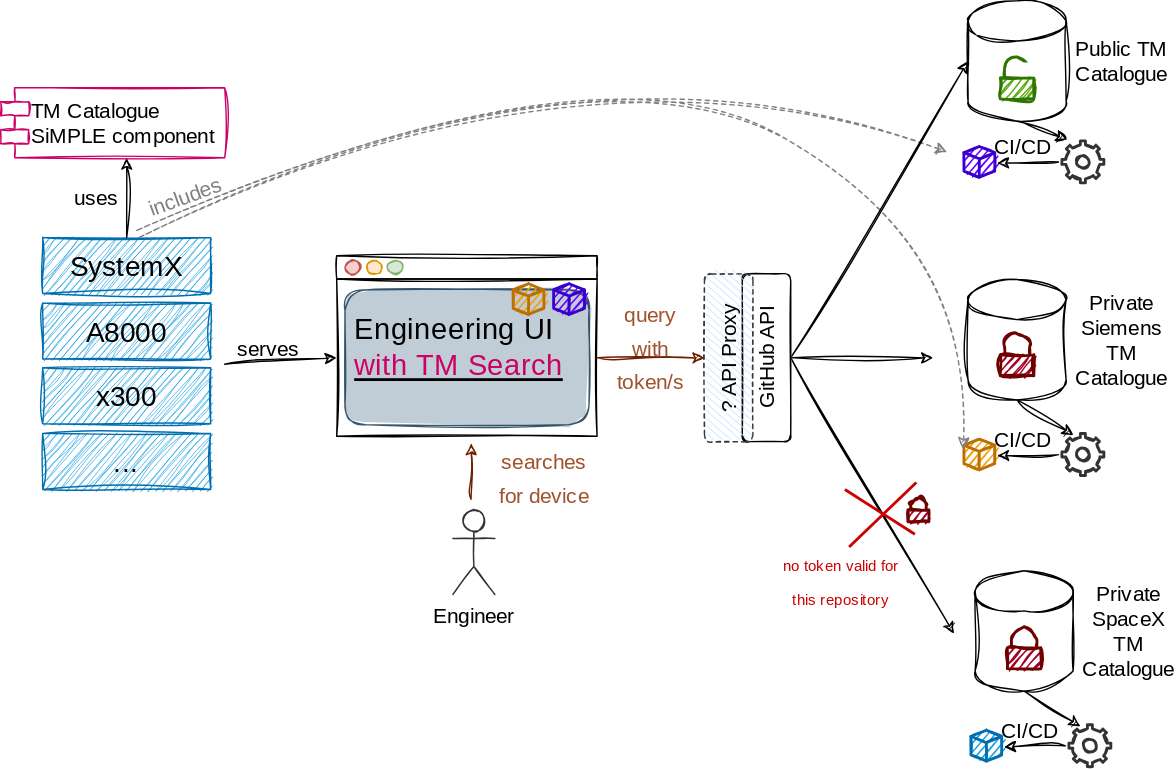
Earlier version of the draw.io export overview.drawio.svg (ondrejtomcik/things-catalogue). Source tidied: cells renumbered, new cells last; positions are measured from the earlier drawing's top-left corner, leaving out a move shared by most shapes.
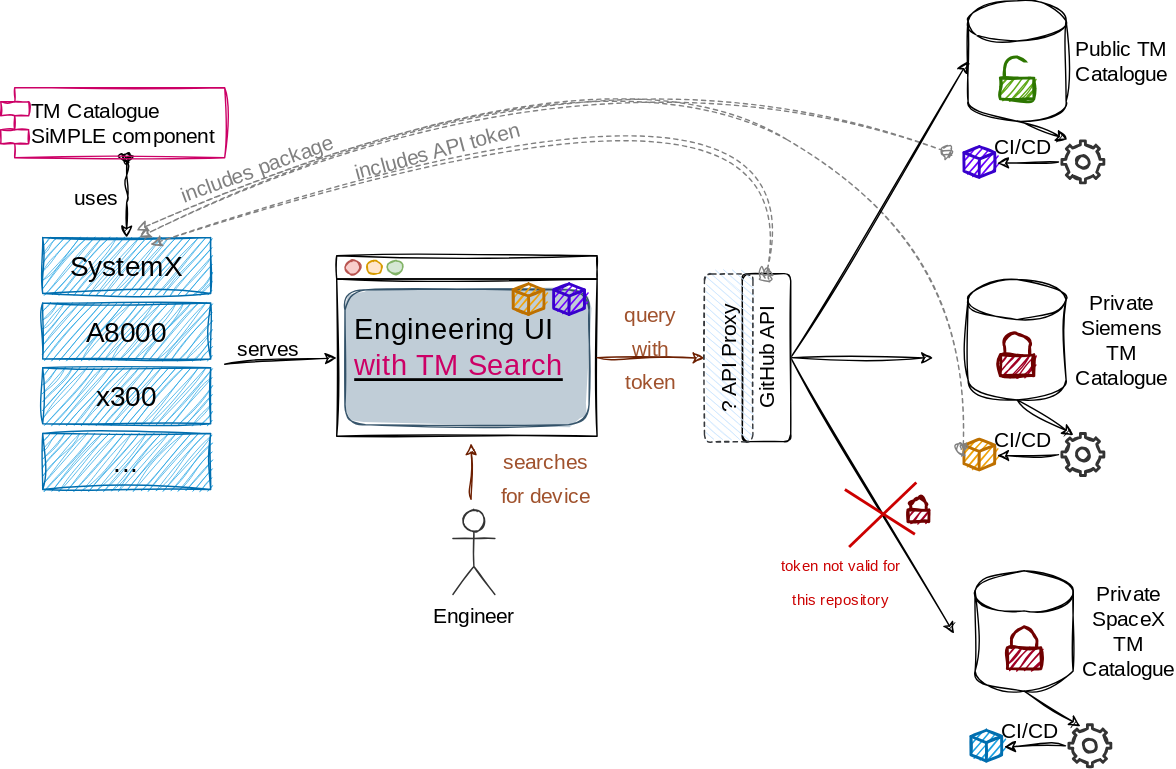
Above is the later version.

Change to the diagram source:
```diff
@@ -56,8 +56,12 @@
     <mxCell id="18" value="&lt;font style=&quot;font-size: 15px;&quot;&gt;uses&lt;/font&gt;" style="text;html=1;align=center;verticalAlign=middle;strokeColor=none;fillColor=none;fontSize=20;fontFamily=Architects Daughter;sketch=1;hachureGap=4;jiggle=2;curveFitting=1;fontSource=https%3A%2F%2Ffonts.googleapis.com%2Fcss%3Ffamily%3DArchitects%2BDaughter;fontColor=#000000;" parent="1" vertex="1">
       <mxGeometry x="43" y="120" width="49" height="36" as="geometry" />
     </mxCell>
-    <mxCell id="19" style="endArrow=none;html=1;sketch=1;hachureGap=4;jiggle=2;curveFitting=1;fontFamily=Architects Daughter;fontSource=https%3A%2F%2Ffonts.googleapis.com%2Fcss%3Ffamily%3DArchitects%2BDaughter;fontSize=16;entryX=0.5;entryY=0;entryDx=0;entryDy=0;strokeColor=#000000;exitX=0.5;exitY=1;exitDx=0;exitDy=0;endFill=0;startArrow=classic;startFill=1;" parent="1" edge="1" source="21" target="14">
-      <mxGeometry relative="1" as="geometry" />
+    <mxCell id="19" style="endArrow=classic;html=1;sketch=1;hachureGap=4;jiggle=2;curveFitting=1;fontFamily=Architects Daughter;fontSource=https%3A%2F%2Ffonts.googleapis.com%2Fcss%3Ffamily%3DArchitects%2BDaughter;fontSize=16;entryX=0.5;entryY=0;entryDx=0;entryDy=0;strokeColor=#000000;exitX=0.5;exitY=1;exitDx=0;exitDy=0;endFill=1;startArrow=oval;startFill=0;" parent="1" edge="1" source="21" target="14">
+      <mxGeometry relative="1" as="geometry">
+        <Array as="points">
+          <mxPoint x="90" y="134" />
+        </Array>
+      </mxGeometry>
     </mxCell>
     <mxCell id="20" style="shape=module;align=left;spacingLeft=20;align=center;verticalAlign=top;sketch=1;hachureGap=4;jiggle=2;curveFitting=1;strokeColor=#CC0066;fontFamily=Architects Daughter;fontSource=https%3A%2F%2Ffonts.googleapis.com%2Fcss%3Ffamily%3DArchitects%2BDaughter;fontSize=17;fontColor=#000000;fillColor=none;" parent="1" vertex="1">
       <mxGeometry y="62" width="160" height="50" as="geometry" />
@@ -147,7 +151,7 @@
         <mxPoint x="731" y="493" as="sourcePoint" />
       </mxGeometry>
     </mxCell>
-    <mxCell id="48" style="endArrow=none;html=1;sketch=1;hachureGap=4;jiggle=2;curveFitting=1;fontFamily=Architects Daughter;fontSource=https%3A%2F%2Ffonts.googleapis.com%2Fcss%3Ffamily%3DArchitects%2BDaughter;fontSize=16;strokeColor=#808080;curved=1;dashed=1;endFill=0;startArrow=classic;startFill=1;" parent="1" edge="1">
+    <mxCell id="48" style="endArrow=classic;html=1;sketch=1;hachureGap=4;jiggle=2;curveFitting=1;fontFamily=Architects Daughter;fontSource=https%3A%2F%2Ffonts.googleapis.com%2Fcss%3Ffamily%3DArchitects%2BDaughter;fontSize=16;strokeColor=#808080;curved=1;dashed=1;endFill=1;startArrow=oval;startFill=0;" parent="1" edge="1">
       <mxGeometry relative="1" as="geometry">
         <mxPoint x="676" y="108" as="sourcePoint" />
         <mxPoint x="99" y="169" as="targetPoint" />
@@ -156,7 +160,7 @@
         </Array>
       </mxGeometry>
     </mxCell>
-    <mxCell id="49" style="endArrow=none;html=1;sketch=1;hachureGap=4;jiggle=2;curveFitting=1;fontFamily=Architects Daughter;fontSource=https%3A%2F%2Ffonts.googleapis.com%2Fcss%3Ffamily%3DArchitects%2BDaughter;fontSize=16;strokeColor=#808080;curved=1;exitX=-0.029;exitY=0.323;exitDx=0;exitDy=0;exitPerimeter=0;dashed=1;endFill=0;startArrow=classic;startFill=1;" parent="1" edge="1" source="39">
+    <mxCell id="49" style="endArrow=classic;html=1;sketch=1;hachureGap=4;jiggle=2;curveFitting=1;fontFamily=Architects Daughter;fontSource=https%3A%2F%2Ffonts.googleapis.com%2Fcss%3Ffamily%3DArchitects%2BDaughter;fontSize=16;strokeColor=#808080;curved=1;exitX=-0.029;exitY=0.323;exitDx=0;exitDy=0;exitPerimeter=0;dashed=1;endFill=1;startArrow=oval;startFill=0;" parent="1" edge="1" source="39">
       <mxGeometry relative="1" as="geometry">
         <mxPoint x="97" y="164" as="targetPoint" />
         <Array as="points">
@@ -165,8 +169,8 @@
         </Array>
       </mxGeometry>
     </mxCell>
-    <mxCell id="50" value="&lt;font style=&quot;font-size: 15px;&quot;&gt;includes&lt;/font&gt;" style="text;html=1;align=center;verticalAlign=middle;strokeColor=none;fillColor=none;fontSize=20;fontFamily=Architects Daughter;sketch=1;hachureGap=4;jiggle=2;curveFitting=1;fontSource=https%3A%2F%2Ffonts.googleapis.com%2Fcss%3Ffamily%3DArchitects%2BDaughter;fontColor=#808080;rotation=-20;" parent="1" vertex="1">
-      <mxGeometry x="95" y="120" width="71" height="36" as="geometry" />
+    <mxCell id="50" value="&lt;font style=&quot;font-size: 15px;&quot;&gt;includes package&lt;/font&gt;" style="text;html=1;align=center;verticalAlign=middle;strokeColor=none;fillColor=none;fontSize=20;fontFamily=Architects Daughter;sketch=1;hachureGap=4;jiggle=2;curveFitting=1;fontSource=https%3A%2F%2Ffonts.googleapis.com%2Fcss%3Ffamily%3DArchitects%2BDaughter;fontColor=#808080;rotation=-20;" parent="1" vertex="1">
+      <mxGeometry x="114" y="100" width="135" height="36" as="geometry" />
     </mxCell>
     <mxCell id="51" style="endArrow=classic;html=1;sketch=1;hachureGap=4;jiggle=2;curveFitting=1;fontFamily=Architects Daughter;fontSource=https%3A%2F%2Ffonts.googleapis.com%2Fcss%3Ffamily%3DArchitects%2BDaughter;fontSize=16;strokeColor=#000000;entryX=0;entryY=0.5;entryDx=0;entryDy=0;entryPerimeter=0;exitX=0.5;exitY=1;exitDx=0;exitDy=0;" parent="1" edge="1" source="54" target="22">
       <mxGeometry relative="1" as="geometry" />
@@ -187,8 +191,8 @@
     <mxCell id="55" style="endArrow=classic;html=1;sketch=1;hachureGap=4;jiggle=2;curveFitting=1;fontFamily=Architects Daughter;fontSource=https%3A%2F%2Ffonts.googleapis.com%2Fcss%3Ffamily%3DArchitects%2BDaughter;fontSize=16;strokeColor=#6D1F00;exitX=1;exitY=0.5;exitDx=0;exitDy=0;entryX=0.5;entryY=0;entryDx=0;entryDy=0;fillColor=#a0522d;" parent="1" edge="1" source="3" target="64">
       <mxGeometry relative="1" as="geometry" />
     </mxCell>
-    <mxCell id="56" value="&lt;font style=&quot;font-size: 15px;&quot;&gt;query&lt;br&gt;with&lt;br&gt;token/s&lt;/font&gt;" style="text;html=1;align=center;verticalAlign=middle;strokeColor=none;fillColor=none;fontSize=20;fontFamily=Architects Daughter;sketch=1;hachureGap=4;jiggle=2;curveFitting=1;fontSource=https%3A%2F%2Ffonts.googleapis.com%2Fcss%3Ffamily%3DArchitects%2BDaughter;fontColor=#A0522D;" parent="1" vertex="1">
-      <mxGeometry x="428" y="203.8" width="72" height="84" as="geometry" />
+    <mxCell id="56" value="&lt;font style=&quot;font-size: 15px;&quot;&gt;query&lt;br&gt;with&lt;br&gt;token&lt;/font&gt;" style="text;html=1;align=center;verticalAlign=middle;strokeColor=none;fillColor=none;fontSize=20;fontFamily=Architects Daughter;sketch=1;hachureGap=4;jiggle=2;curveFitting=1;fontSource=https%3A%2F%2Ffonts.googleapis.com%2Fcss%3Ffamily%3DArchitects%2BDaughter;fontColor=#A0522D;" parent="1" vertex="1">
+      <mxGeometry x="435" y="203.8" width="58" height="84" as="geometry" />
     </mxCell>
     <mxCell id="57" value="&lt;font color=&quot;#000000&quot;&gt;Engineer&lt;/font&gt;" style="shape=umlActor;verticalLabelPosition=bottom;verticalAlign=top;html=1;sketch=1;hachureGap=4;jiggle=0.5;curveFitting=1;strokeColor=#333333;strokeWidth=1;fontFamily=Architects Daughter;fontSource=https%3A%2F%2Ffonts.googleapis.com%2Fcss%3Ffamily%3DArchitects%2BDaughter;fontSize=15;fontColor=#808080;fillColor=none;" parent="1" vertex="1">
       <mxGeometry x="323" y="364" width="30" height="60" as="geometry" />
@@ -217,11 +221,22 @@
     <mxCell id="62" style="html=1;verticalLabelPosition=bottom;align=center;labelBackgroundColor=#ffffff;verticalAlign=top;strokeWidth=2;strokeColor=#6F0000;shadow=0;dashed=0;shape=mxgraph.ios7.icons.locked;sketch=1;hachureGap=4;jiggle=2;curveFitting=1;fontFamily=Architects Daughter;fontSource=https%3A%2F%2Ffonts.googleapis.com%2Fcss%3Ffamily%3DArchitects%2BDaughter;fontSize=15;fontColor=#ffffff;fillColor=#a20025;" parent="1" vertex="1">
       <mxGeometry x="648" y="355" width="15" height="17" as="geometry" />
     </mxCell>
-    <mxCell id="63" value="&lt;span style=&quot;font-size: 11px;&quot;&gt;&lt;font style=&quot;font-size: 11px;&quot; color=&quot;#cc0000&quot;&gt;no token valid for&lt;br&gt;this repository&lt;/font&gt;&lt;/span&gt;" style="text;html=1;align=center;verticalAlign=middle;strokeColor=none;fillColor=none;fontSize=20;fontFamily=Architects Daughter;sketch=1;hachureGap=4;jiggle=2;curveFitting=1;fontSource=https%3A%2F%2Ffonts.googleapis.com%2Fcss%3Ffamily%3DArchitects%2BDaughter;fontColor=#A0522D;spacing=0;" parent="1" vertex="1">
-      <mxGeometry x="546" y="384" width="107" height="56" as="geometry" />
+    <mxCell id="63" value="&lt;span style=&quot;font-size: 11px;&quot;&gt;&lt;font style=&quot;font-size: 11px;&quot; color=&quot;#cc0000&quot;&gt;token not valid for&lt;br&gt;this repository&lt;/font&gt;&lt;/span&gt;" style="text;html=1;align=center;verticalAlign=middle;strokeColor=none;fillColor=none;fontSize=20;fontFamily=Architects Daughter;sketch=1;hachureGap=4;jiggle=2;curveFitting=1;fontSource=https%3A%2F%2Ffonts.googleapis.com%2Fcss%3Ffamily%3DArchitects%2BDaughter;fontColor=#A0522D;spacing=0;" parent="1" vertex="1">
+      <mxGeometry x="544" y="384" width="111" height="56" as="geometry" />
     </mxCell>
     <mxCell id="64" value="? API Proxy" style="rounded=1;whiteSpace=wrap;html=1;sketch=1;hachureGap=4;jiggle=0.5;curveFitting=1;strokeWidth=1;fontFamily=Architects Daughter;fontSource=https%3A%2F%2Ffonts.googleapis.com%2Fcss%3Ffamily%3DArchitects%2BDaughter;fontSize=15;rotation=-90;fillColor=#cce5ff;strokeColor=#36393d;fontColor=#000000;dashed=1;" parent="1" vertex="1">
       <mxGeometry x="460" y="237.8" width="120" height="34.6" as="geometry" />
     </mxCell>
+    <mxCell id="65" style="endArrow=classic;html=1;sketch=1;hachureGap=4;jiggle=2;curveFitting=1;fontFamily=Architects Daughter;fontSource=https%3A%2F%2Ffonts.googleapis.com%2Fcss%3Ffamily%3DArchitects%2BDaughter;fontSize=16;strokeColor=#808080;curved=1;exitX=1;exitY=0.5;exitDx=0;exitDy=0;dashed=1;endFill=1;startArrow=oval;startFill=0;" parent="1" edge="1" source="54">
+      <mxGeometry relative="1" as="geometry">
+        <mxPoint x="107" y="174" as="targetPoint" />
+        <Array as="points">
+          <mxPoint x="585" y="17" />
+        </Array>
+      </mxGeometry>
+    </mxCell>
+    <mxCell id="66" value="&lt;font style=&quot;font-size: 15px;&quot;&gt;includes API token&lt;/font&gt;" style="text;html=1;align=center;verticalAlign=middle;strokeColor=none;fillColor=none;fontSize=20;fontFamily=Architects Daughter;sketch=1;hachureGap=4;jiggle=2;curveFitting=1;fontSource=https%3A%2F%2Ffonts.googleapis.com%2Fcss%3Ffamily%3DArchitects%2BDaughter;fontColor=#808080;rotation=-15;" parent="1" vertex="1">
+      <mxGeometry x="239" y="87" width="143" height="36" as="geometry" />
+    </mxCell>
   </root>
 </mxGraphModel>
```
